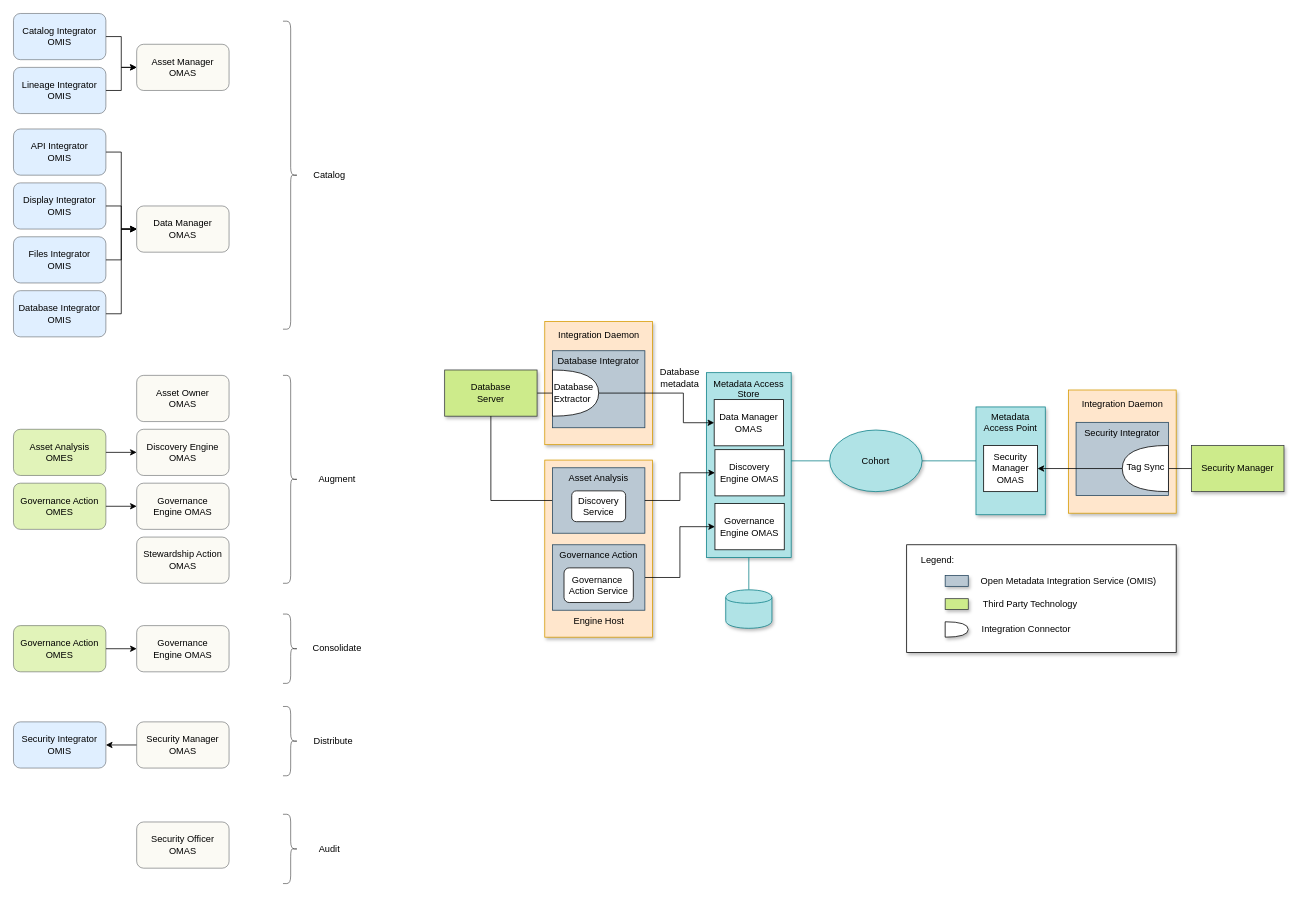
Earlier version of the draw.io diagram page "technology" (4 of 5) of site/docs/features/synchronized-access-control/security-tags.drawio (odpi/egeria-docs). Source tidied: cells renumbered, new cells numbered last; positions are measured from the earlier drawing's top-left corner, leaving out a move shared by most shapes. Both pictures are drawn from the tidied source at 77%, with x=0, y=0 at pixel (13, 13).
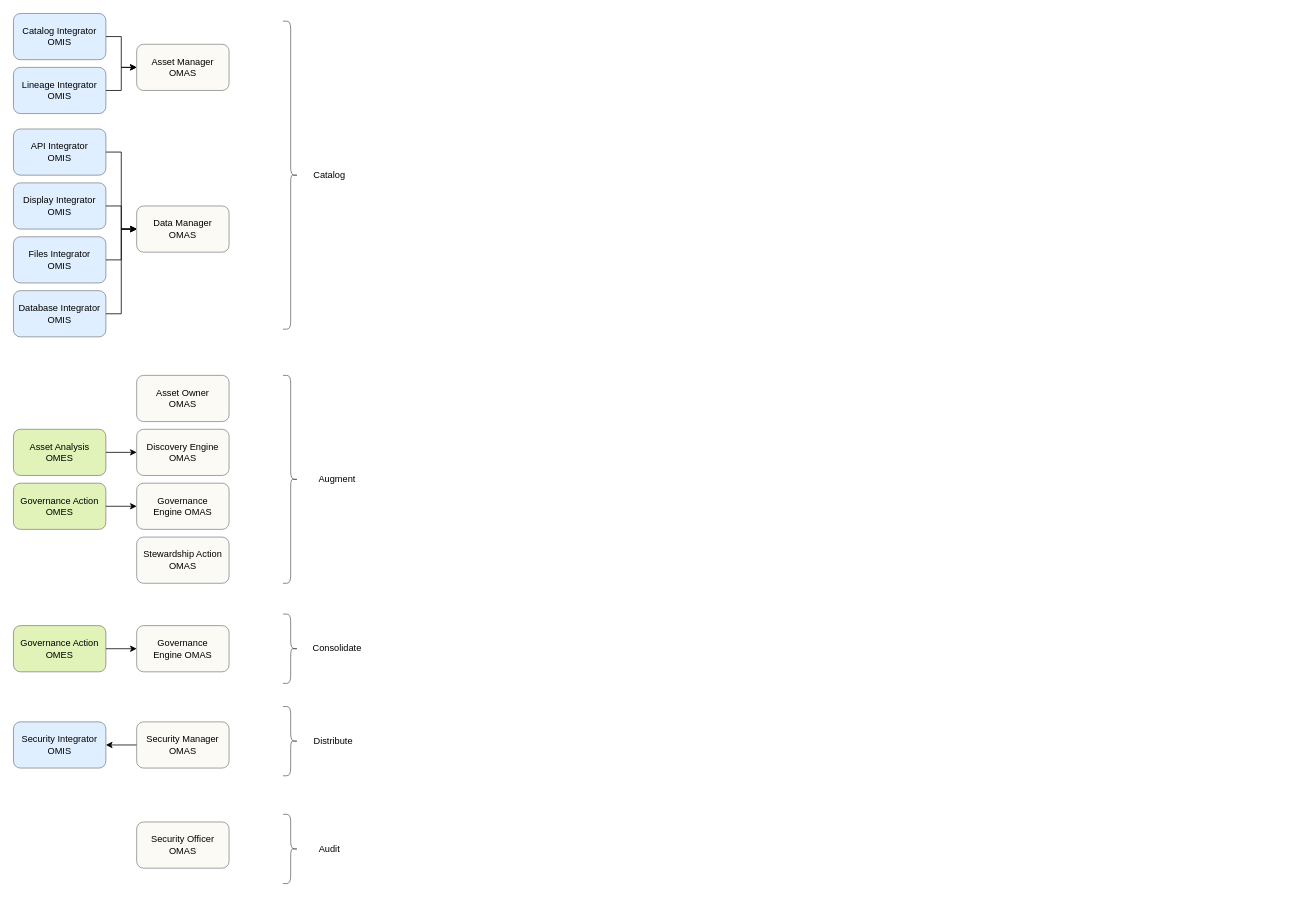
The same diagram, later.

What changed in the source:
```diff
@@
-    <mxCell id="41" style="edgeStyle=orthogonalEdgeStyle;rounded=0;jettySize=auto;html=1;exitX=1;exitY=0.5;exitDx=0;exitDy=0;endArrow=none;endFill=0;fillColor=#b0e3e6;strokeColor=#0e8088;" parent="1" edge="1" source="42" target="54">
-      <mxGeometry relative="1" as="geometry" />
-    </mxCell>
-    <mxCell id="42" value="Cohort" style="ellipse;whiteSpace=wrap;html=1;fillColor=#b0e3e6;strokeColor=#0e8088;shadow=1;" parent="1" vertex="1">
-      <mxGeometry x="1060" y="541" width="120" height="80" as="geometry" />
-    </mxCell>
-    <mxCell id="43" value="Metadata Access Store" style="rounded=0;whiteSpace=wrap;html=1;fillColor=#b0e3e6;strokeColor=#0e8088;shadow=1;verticalAlign=top;" parent="1" vertex="1">
-      <mxGeometry x="900" y="466.5" width="110" height="240" as="geometry" />
-    </mxCell>
-    <mxCell id="44" style="edgeStyle=none;rounded=0;jettySize=auto;html=1;exitX=1;exitY=0.5;exitDx=0;exitDy=0;entryX=0;entryY=0.5;entryDx=0;entryDy=0;endArrow=none;endFill=0;fillColor=#b0e3e6;strokeColor=#0e8088;" parent="1" edge="1" target="42">
-      <mxGeometry relative="1" as="geometry">
-        <mxPoint x="1010" y="581" as="sourcePoint" />
-      </mxGeometry>
-    </mxCell>
-    <mxCell id="45" value="Data Manager OMAS" style="rounded=0;whiteSpace=wrap;html=1;" parent="1" vertex="1">
-      <mxGeometry x="910" y="501.5" width="90" height="60" as="geometry" />
-    </mxCell>
-    <mxCell id="46" style="rounded=0;whiteSpace=wrap;html=1;fillColor=#ffe6cc;strokeColor=#d79b00;shadow=1;" parent="1" vertex="1">
-      <mxGeometry x="690" y="400" width="140" height="160" as="geometry" />
-    </mxCell>
-    <mxCell id="47" style="edgeStyle=none;rounded=0;jettySize=auto;html=1;entryX=0;entryY=0.5;entryDx=0;entryDy=0;entryPerimeter=0;endArrow=none;endFill=0;" parent="1" edge="1" source="48" target="51">
-      <mxGeometry relative="1" as="geometry" />
-    </mxCell>
-    <mxCell id="48" value="Database&lt;br&gt;Server" style="rounded=0;whiteSpace=wrap;html=1;fillColor=#cdeb8b;strokeColor=#36393d;shadow=1;" parent="1" vertex="1">
-      <mxGeometry x="560" y="463" width="120" height="60" as="geometry" />
-    </mxCell>
-    <mxCell id="49" value="Database Integrator" style="rounded=0;whiteSpace=wrap;html=1;verticalAlign=top;fillColor=#bac8d3;strokeColor=#23445d;" parent="1" vertex="1">
-      <mxGeometry x="700" y="438" width="120" height="100" as="geometry" />
-    </mxCell>
-    <mxCell id="50" style="edgeStyle=orthogonalEdgeStyle;rounded=0;jettySize=auto;html=1;exitX=1;exitY=0.5;exitDx=0;exitDy=0;exitPerimeter=0;entryX=0;entryY=0.5;entryDx=0;entryDy=0;endArrow=classic;endFill=1;" parent="1" edge="1" source="51" target="45">
-      <mxGeometry relative="1" as="geometry">
-        <Array as="points">
-          <mxPoint x="870" y="493" />
-          <mxPoint x="870" y="532" />
-        </Array>
-      </mxGeometry>
-    </mxCell>
-    <mxCell id="51" value="Database&lt;br&gt;Extractor" style="shape=or;whiteSpace=wrap;html=1;align=left;" parent="1" vertex="1">
-      <mxGeometry x="700" y="463" width="60" height="60" as="geometry" />
-    </mxCell>
-    <mxCell id="52" value="Database&lt;br&gt;metadata" style="text;html=1;align=center;verticalAlign=middle;" parent="1" vertex="1">
-      <mxGeometry x="830" y="458" width="70" height="30" as="geometry" />
-    </mxCell>
-    <mxCell id="53" value="Integration Daemon" style="text;html=1;align=center;verticalAlign=middle;" parent="1" vertex="1">
-      <mxGeometry x="700" y="408" width="120" height="20" as="geometry" />
-    </mxCell>
-    <mxCell id="54" value="Metadata Access Point" style="rounded=0;whiteSpace=wrap;html=1;verticalAlign=top;fillColor=#b0e3e6;strokeColor=#0e8088;shadow=1;" parent="1" vertex="1">
-      <mxGeometry x="1250" y="511" width="90" height="140" as="geometry" />
-    </mxCell>
-    <mxCell id="55" value="Security&lt;br&gt;Manager&lt;br&gt;OMAS" style="rounded=0;whiteSpace=wrap;html=1;" parent="1" vertex="1">
-      <mxGeometry x="1260" y="561" width="70" height="60" as="geometry" />
-    </mxCell>
-    <mxCell id="56" value="Security Manager" style="rounded=0;whiteSpace=wrap;html=1;fillColor=#cdeb8b;strokeColor=#36393d;shadow=1;" parent="1" vertex="1">
-      <mxGeometry x="1530" y="561" width="120" height="60" as="geometry" />
-    </mxCell>
-    <mxCell id="57" style="rounded=0;whiteSpace=wrap;html=1;fillColor=#ffe6cc;strokeColor=#d79b00;shadow=1;" parent="1" vertex="1">
-      <mxGeometry x="690" y="580" width="140" height="230" as="geometry" />
-    </mxCell>
-    <mxCell id="58" value="Engine Host" style="text;html=1;align=center;verticalAlign=middle;" parent="1" vertex="1">
-      <mxGeometry x="720" y="780" width="80" height="20" as="geometry" />
-    </mxCell>
-    <mxCell id="59" style="edgeStyle=orthogonalEdgeStyle;rounded=0;jettySize=auto;html=1;entryX=0.5;entryY=1;entryDx=0;entryDy=0;endArrow=none;endFill=0;" parent="1" edge="1" source="60" target="48">
-      <mxGeometry relative="1" as="geometry" />
-    </mxCell>
-    <mxCell id="60" value="Asset Analysis" style="rounded=0;whiteSpace=wrap;html=1;verticalAlign=top;fillColor=#bac8d3;strokeColor=#23445d;" parent="1" vertex="1">
-      <mxGeometry x="700" y="590" width="120" height="85" as="geometry" />
-    </mxCell>
-    <mxCell id="61" value="Discovery Service" style="rounded=1;whiteSpace=wrap;html=1;" parent="1" vertex="1">
-      <mxGeometry x="725" y="620" width="70" height="40" as="geometry" />
-    </mxCell>
-    <mxCell id="62" style="edgeStyle=orthogonalEdgeStyle;rounded=0;jettySize=auto;html=1;exitX=1;exitY=0.5;exitDx=0;exitDy=0;entryX=0;entryY=0.5;entryDx=0;entryDy=0;endArrow=classic;endFill=1;" parent="1" edge="1" source="63" target="80">
-      <mxGeometry relative="1" as="geometry" />
-    </mxCell>
-    <mxCell id="63" value="Governance Action" style="rounded=0;whiteSpace=wrap;html=1;verticalAlign=top;fillColor=#bac8d3;strokeColor=#23445d;" parent="1" vertex="1">
-      <mxGeometry x="700" y="690" width="120" height="85" as="geometry" />
-    </mxCell>
-    <mxCell id="64" value="Governance&amp;nbsp;&lt;br&gt;Action Service" style="rounded=1;whiteSpace=wrap;html=1;" parent="1" vertex="1">
-      <mxGeometry x="715" y="720" width="90" height="45" as="geometry" />
-    </mxCell>
-    <mxCell id="65" style="rounded=0;whiteSpace=wrap;html=1;align=right;shadow=1;" parent="1" vertex="1">
-      <mxGeometry x="1160" y="690" width="350" height="140" as="geometry" />
-    </mxCell>
-    <mxCell id="66" style="shape=or;whiteSpace=wrap;html=1;align=left;shadow=1;" parent="1" vertex="1">
-      <mxGeometry x="1210" y="790" width="30" height="20" as="geometry" />
-    </mxCell>
-    <mxCell id="67" value="Integration Connector" style="text;html=1;align=center;verticalAlign=middle;shadow=1;" parent="1" vertex="1">
-      <mxGeometry x="1250" y="790" width="130" height="20" as="geometry" />
-    </mxCell>
-    <mxCell id="68" style="rounded=0;whiteSpace=wrap;html=1;fillColor=#cdeb8b;strokeColor=#36393d;shadow=1;" parent="1" vertex="1">
-      <mxGeometry x="1210" y="760" width="30" height="14" as="geometry" />
-    </mxCell>
-    <mxCell id="69" value="Third Party Technology" style="text;html=1;align=center;verticalAlign=middle;shadow=1;" parent="1" vertex="1">
-      <mxGeometry x="1250" y="757" width="140" height="20" as="geometry" />
-    </mxCell>
-    <mxCell id="70" style="rounded=0;whiteSpace=wrap;html=1;verticalAlign=top;fillColor=#bac8d3;strokeColor=#23445d;shadow=1;" parent="1" vertex="1">
-      <mxGeometry x="1210" y="730" width="30" height="14" as="geometry" />
-    </mxCell>
-    <mxCell id="71" value="Open Metadata Integration Service (OMIS)" style="text;html=1;align=center;verticalAlign=middle;shadow=1;" parent="1" vertex="1">
-      <mxGeometry x="1250" y="727" width="240" height="20" as="geometry" />
-    </mxCell>
-    <mxCell id="72" value="Legend:" style="text;html=1;align=center;verticalAlign=middle;shadow=1;" parent="1" vertex="1">
-      <mxGeometry x="1170" y="700" width="60" height="20" as="geometry" />
-    </mxCell>
-    <mxCell id="73" style="rounded=0;whiteSpace=wrap;html=1;fillColor=#ffe6cc;strokeColor=#d79b00;shadow=1;" parent="1" vertex="1">
-      <mxGeometry x="1370" y="489" width="140" height="160" as="geometry" />
-    </mxCell>
-    <mxCell id="74" value="Integration Daemon" style="text;html=1;align=center;verticalAlign=middle;" parent="1" vertex="1">
-      <mxGeometry x="1380" y="497" width="120" height="20" as="geometry" />
-    </mxCell>
-    <mxCell id="75" value="Security Integrator" style="rounded=0;whiteSpace=wrap;html=1;verticalAlign=top;fillColor=#bac8d3;strokeColor=#23445d;" parent="1" vertex="1">
-      <mxGeometry x="1380" y="531" width="120" height="95" as="geometry" />
-    </mxCell>
-    <mxCell id="76" style="edgeStyle=none;rounded=0;jettySize=auto;html=1;entryX=0;entryY=0.5;entryDx=0;entryDy=0;entryPerimeter=0;endArrow=none;endFill=0;exitX=0;exitY=0.5;exitDx=0;exitDy=0;" parent="1" edge="1" source="56" target="77">
-      <mxGeometry relative="1" as="geometry" />
-    </mxCell>
-    <mxCell id="77" style="shape=or;whiteSpace=wrap;html=1;align=left;rotation=-180;" parent="1" vertex="1">
-      <mxGeometry x="1440" y="561" width="60" height="60" as="geometry" />
-    </mxCell>
-    <mxCell id="78" value="Tag Sync" style="text;html=1;align=center;verticalAlign=middle;strokeColor=none;fillColor=none;" parent="1" vertex="1">
-      <mxGeometry x="1440" y="579" width="60" height="20" as="geometry" />
-    </mxCell>
-    <mxCell id="79" style="edgeStyle=orthogonalEdgeStyle;rounded=0;jettySize=auto;html=1;endArrow=classic;endFill=1;entryX=1;entryY=0.5;entryDx=0;entryDy=0;" parent="1" edge="1" source="77" target="55">
-      <mxGeometry relative="1" as="geometry" />
-    </mxCell>
-    <mxCell id="80" value="Governance&lt;br&gt;Engine OMAS" style="rounded=0;whiteSpace=wrap;html=1;" parent="1" vertex="1">
-      <mxGeometry x="911" y="636.5" width="90" height="60" as="geometry" />
-    </mxCell>
-    <mxCell id="81" style="edgeStyle=orthogonalEdgeStyle;rounded=0;jettySize=auto;html=1;exitX=0.5;exitY=0;exitDx=0;exitDy=0;endArrow=none;endFill=0;fillColor=#b0e3e6;strokeColor=#0e8088;entryX=0.5;entryY=1;entryDx=0;entryDy=0;" parent="1" edge="1" source="82" target="43">
-      <mxGeometry relative="1" as="geometry" />
-    </mxCell>
-    <mxCell id="82" style="shape=cylinder;whiteSpace=wrap;html=1;boundedLbl=1;backgroundOutline=1;fillColor=#b0e3e6;strokeColor=#0e8088;shadow=1;" parent="1" vertex="1">
-      <mxGeometry x="925" y="748.5" width="60" height="50" as="geometry" />
-    </mxCell>
-    <mxCell id="83" value="Discovery&lt;br&gt;Engine OMAS" style="rounded=0;whiteSpace=wrap;html=1;" parent="1" vertex="1">
-      <mxGeometry x="911" y="566.5" width="90" height="60" as="geometry" />
-    </mxCell>
-    <mxCell id="84" style="edgeStyle=orthogonalEdgeStyle;rounded=0;jettySize=auto;html=1;exitX=1;exitY=0.5;exitDx=0;exitDy=0;entryX=0;entryY=0.5;entryDx=0;entryDy=0;endArrow=classic;endFill=1;" parent="1" edge="1" source="60" target="83">
-      <mxGeometry relative="1" as="geometry" />
-    </mxCell>
```
